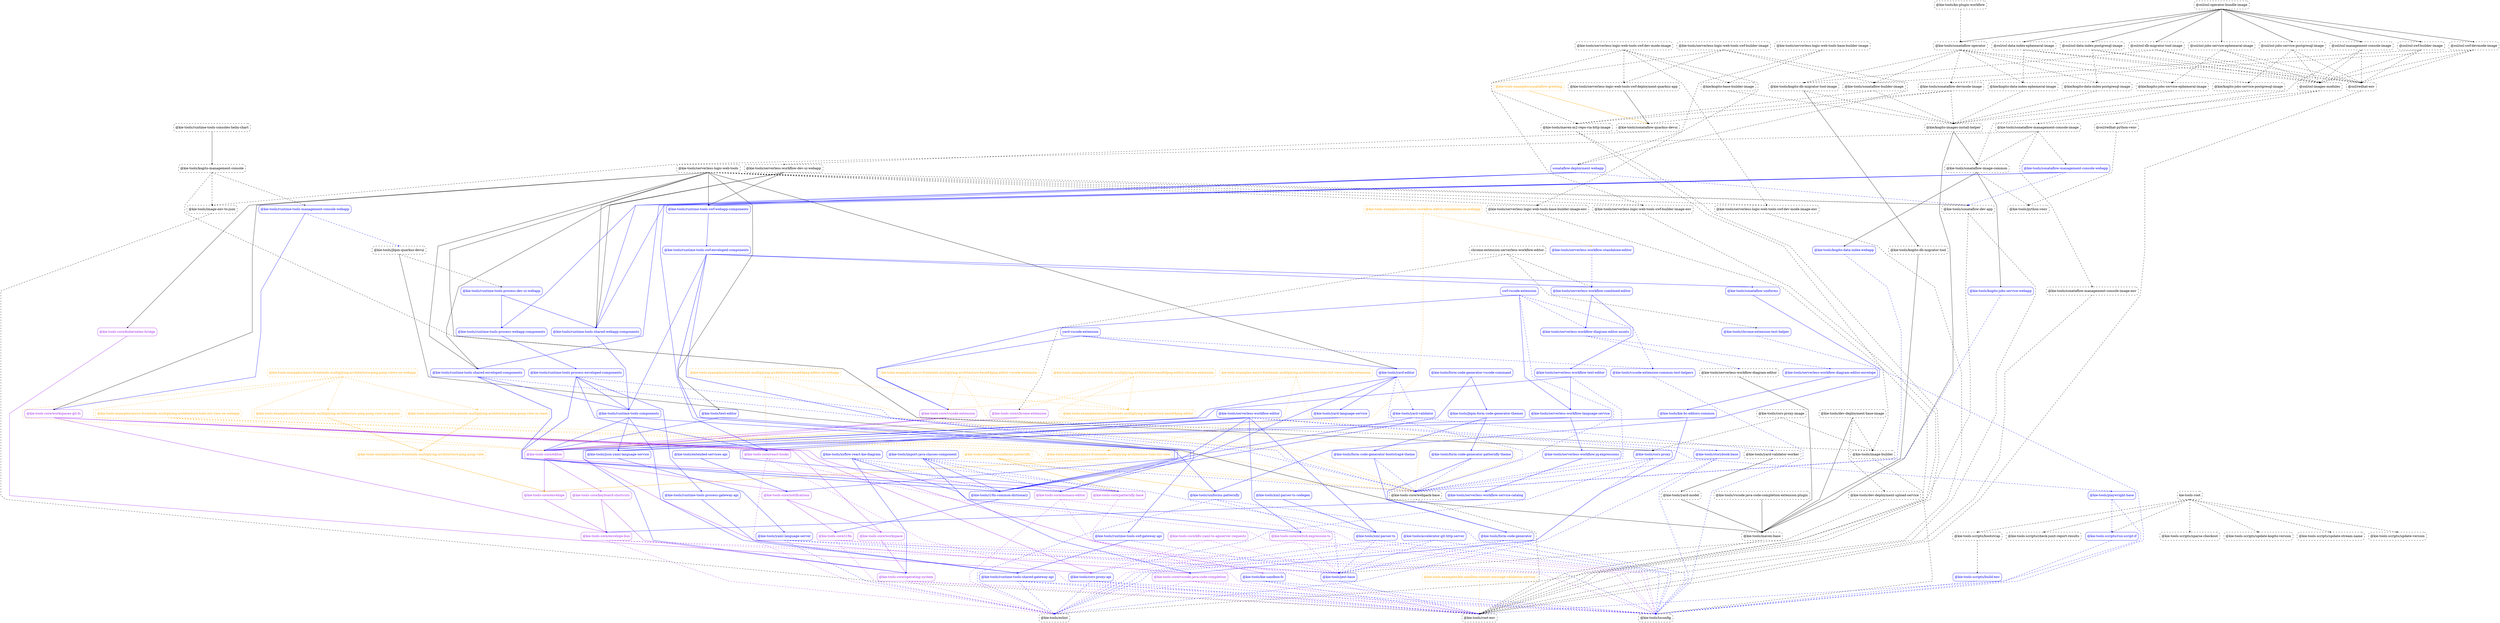
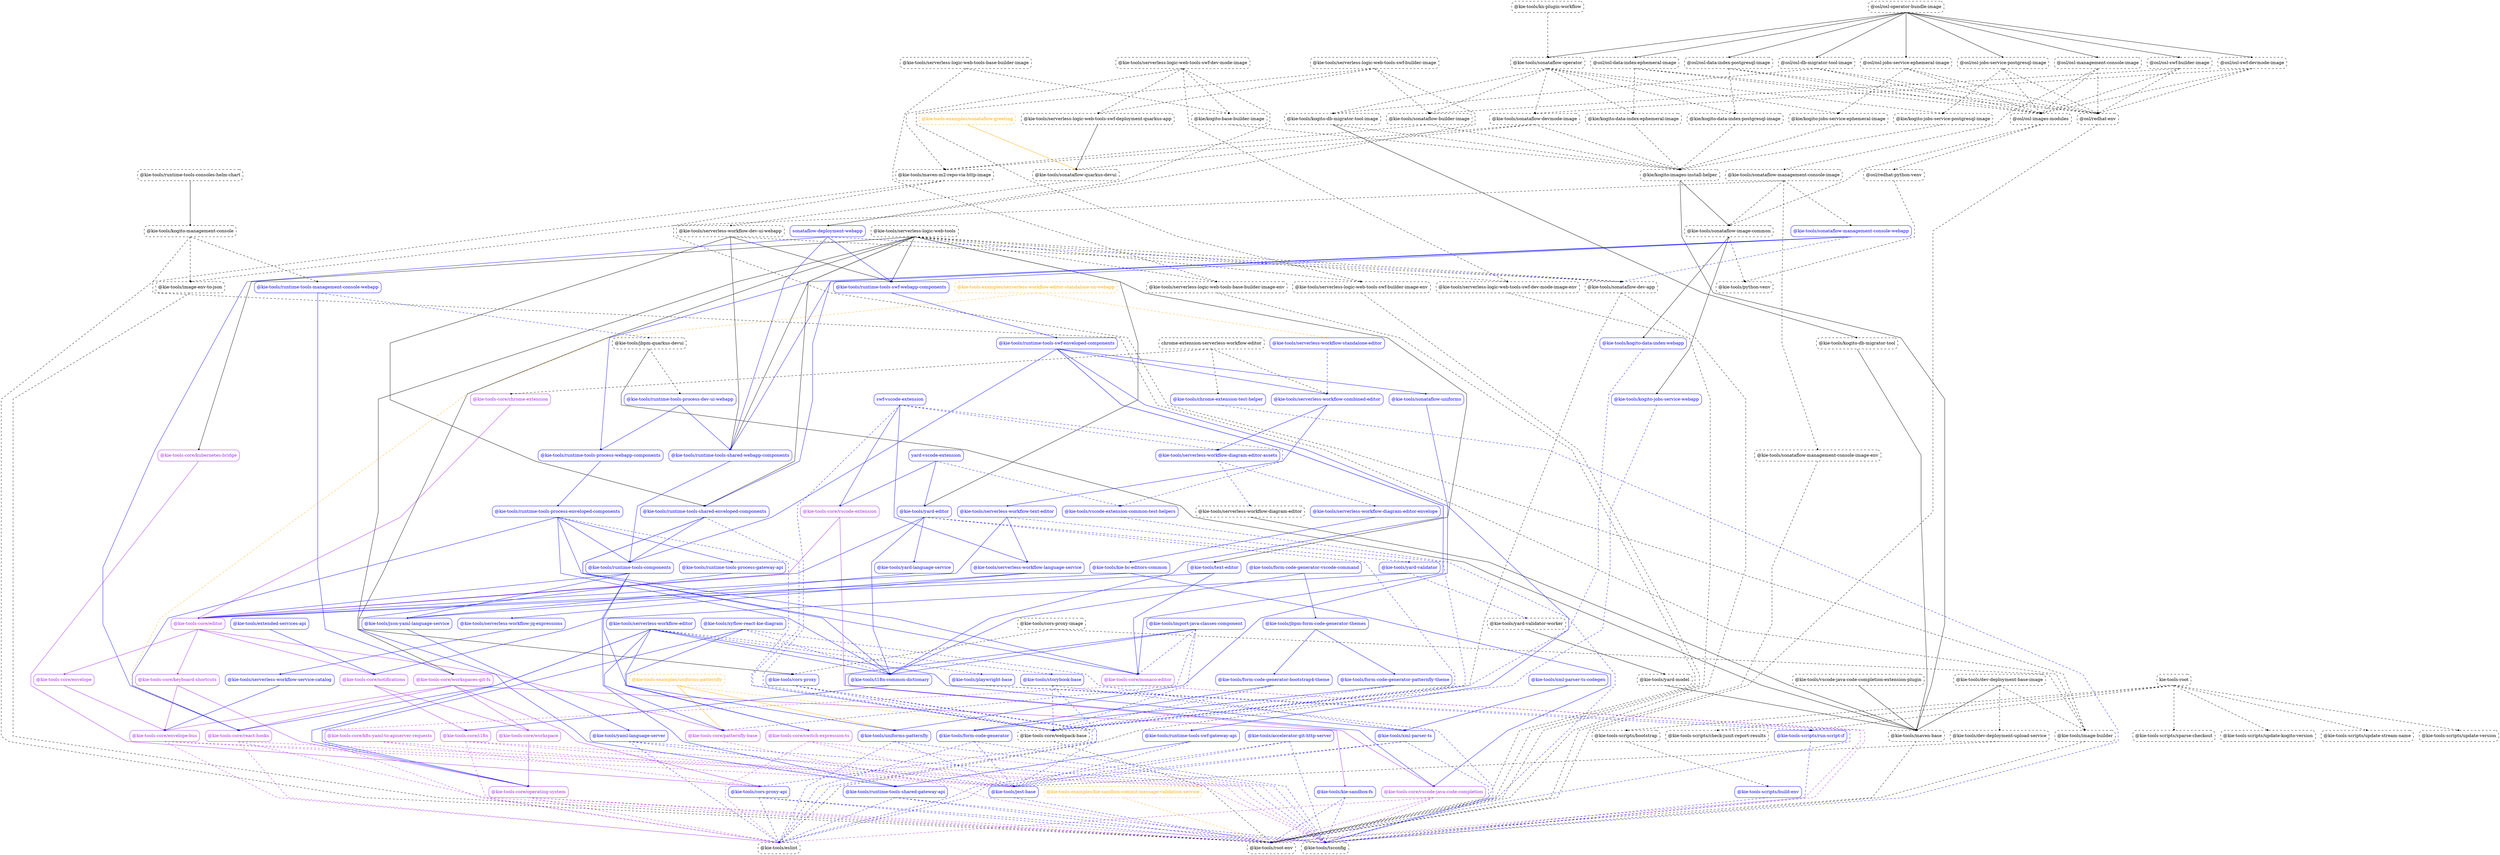
digraph G {
  graph [ ranksep =2, splines = "polyline", rankdir =TB, ordering = "out" ];
  node [ shape =box ];
  edge [ headport = "n", tailport = "s", arrowhead =dot, arrowsize =0.5 ];
  "kie-tools-root" [ color = "black", fontcolor = "black", style = "dashed, rounded" ];
  "@kie-tools-scripts/bootstrap" [ color = "black", fontcolor = "black", style = "dashed, rounded" ];
  "@kie-tools-scripts/check-junit-report-results" [ color = "black", fontcolor = "black", style = "dashed, rounded" ];
  "@kie-tools-scripts/run-script-if" [ color = "blue", fontcolor = "blue", style = "rounded" ];
  "@kie-tools-scripts/sparse-checkout" [ color = "black", fontcolor = "black", style = "dashed, rounded" ];
  "@kie-tools-scripts/update-kogito-version" [ color = "black", fontcolor = "black", style = "dashed, rounded" ];
  "@kie-tools-scripts/update-stream-name" [ color = "black", fontcolor = "black", style = "dashed, rounded" ];
  "@kie-tools-scripts/update-version" [ color = "black", fontcolor = "black", style = "dashed, rounded" ];
  "@kie-tools-examples/kie-sandbox-commit-message-validation-service" [ color = "orange", fontcolor = "orange", style = "dashed, rounded" ];
  "@kie-tools/root-env" [ color = "black", fontcolor = "black", style = "dashed, rounded" ];
-   "@kie-tools-examples/micro-frontends-multiplying-architecture-base64png-editor" [ color = "orange", fontcolor = "orange", style = "dashed, rounded" ];
-   "@kie-tools-core/editor" [ color = "purple", fontcolor = "purple", style = "rounded" ];
-   "@kie-tools-examples/micro-frontends-multiplying-architecture-base64png-editor-chrome-extension" [ color = "orange", fontcolor = "orange", style = "dashed, rounded" ];
-   "@kie-tools-core/chrome-extension" [ color = "purple", fontcolor = "purple", style = "rounded" ];
-   "@kie-tools-core/webpack-base" [ color = "black", fontcolor = "black", style = "dashed, rounded" ];
-   "@kie-tools-examples/micro-frontends-multiplying-architecture-base64png-editor-on-webapp" [ color = "orange", fontcolor = "orange", style = "dashed, rounded" ];
+   "@kie-tools-examples/serverless-workflow-editor-standalone-on-webapp" [ color = "orange", fontcolor = "orange", style = "dashed, rounded" ];
  "@kie-tools-core/react-hooks" [ color = "purple", fontcolor = "purple", style = "rounded" ];
-   "kie-tools-examples-micro-frontends-multiplying-architecture-base64png-editor-vscode-extension" [ color = "orange", fontcolor = "orange", style = "dashed, rounded" ];
-   "@kie-tools-core/vscode-extension" [ color = "purple", fontcolor = "purple", style = "rounded" ];
-   "@kie-tools-examples/micro-frontends-multiplying-architecture-ping-pong-view" [ color = "orange", fontcolor = "orange", style = "dashed, rounded" ];
-   "@kie-tools-core/envelope" [ color = "purple", fontcolor = "purple", style = "rounded" ];
-   "@kie-tools-examples/micro-frontends-multiplying-architecture-ping-pong-view-in-angular" [ color = "orange", fontcolor = "orange", style = "dashed, rounded" ];
-   "@kie-tools-examples/micro-frontends-multiplying-architecture-ping-pong-view-in-react" [ color = "orange", fontcolor = "orange", style = "dashed, rounded" ];
-   "@kie-tools-examples/micro-frontends-multiplying-architecture-ping-pong-views-on-webapp" [ color = "orange", fontcolor = "orange", style = "dashed, rounded" ];
-   "@kie-tools-examples/micro-frontends-multiplying-architecture-todo-list-view" [ color = "orange", fontcolor = "orange", style = "dashed, rounded" ];
-   "@kie-tools-examples/micro-frontends-multiplying-architecture-todo-list-view-on-webapp" [ color = "orange", fontcolor = "orange", style = "dashed, rounded" ];
-   "kie-tools-examples-micro-frontends-multiplying-architecture-todo-list-view-vscode-extension" [ color = "orange", fontcolor = "orange", style = "dashed, rounded" ];
-   "@kie-tools-examples/serverless-workflow-editor-standalone-on-webapp" [ color = "orange", fontcolor = "orange", style = "dashed, rounded" ];
  "@kie-tools/serverless-workflow-standalone-editor" [ color = "blue", fontcolor = "blue", style = "rounded" ];
  "@kie-tools-examples/sonataflow-greeting" [ color = "orange", fontcolor = "orange", style = "dashed, rounded" ];
  "@kie-tools/sonataflow-quarkus-devui" [ color = "black", fontcolor = "black", style = "dashed, rounded" ];
  "@kie-tools-examples/uniforms-patternfly" [ color = "orange", fontcolor = "orange", style = "dashed, rounded" ];
  "@kie-tools-core/patternfly-base" [ color = "purple", fontcolor = "purple", style = "rounded" ];
  "@kie-tools/uniforms-patternfly" [ color = "blue", fontcolor = "blue", style = "rounded" ];
+   "@kie-tools-core/webpack-base" [ color = "black", fontcolor = "black", style = "dashed, rounded" ];
  "@kie-tools/accelerator-git-http-server" [ color = "blue", fontcolor = "blue", style = "rounded" ];
  "@kie-tools/eslint" [ color = "black", fontcolor = "black", style = "dashed, rounded" ];
  "@kie-tools/jest-base" [ color = "blue", fontcolor = "blue", style = "rounded" ];
  "@kie-tools/tsconfig" [ color = "black", fontcolor = "black", style = "dashed, rounded" ];
+   "@kie-tools-core/chrome-extension" [ color = "purple", fontcolor = "purple", style = "rounded" ];
+   "@kie-tools-core/editor" [ color = "purple", fontcolor = "purple", style = "rounded" ];
  "chrome-extension-serverless-workflow-editor" [ color = "black", fontcolor = "black", style = "dashed, rounded" ];
  "@kie-tools/chrome-extension-test-helper" [ color = "blue", fontcolor = "blue", style = "rounded" ];
  "@kie-tools/serverless-workflow-combined-editor" [ color = "blue", fontcolor = "blue", style = "rounded" ];
  "@kie-tools/cors-proxy" [ color = "blue", fontcolor = "blue", style = "rounded" ];
  "@kie-tools/cors-proxy-api" [ color = "blue", fontcolor = "blue", style = "rounded" ];
  "@kie-tools/cors-proxy-image" [ color = "black", fontcolor = "black", style = "dashed, rounded" ];
  "@kie-tools/image-builder" [ color = "black", fontcolor = "black", style = "dashed, rounded" ];
  "@kie-tools/dev-deployment-base-image" [ color = "black", fontcolor = "black", style = "dashed, rounded" ];
  "@kie-tools/maven-base" [ color = "black", fontcolor = "black", style = "dashed, rounded" ];
  "@kie-tools/dev-deployment-upload-service" [ color = "black", fontcolor = "black", style = "dashed, rounded" ];
+   "@kie-tools-core/envelope" [ color = "purple", fontcolor = "purple", style = "rounded" ];
  "@kie-tools-core/keyboard-shortcuts" [ color = "purple", fontcolor = "purple", style = "rounded" ];
  "@kie-tools-core/notifications" [ color = "purple", fontcolor = "purple", style = "rounded" ];
  "@kie-tools-core/envelope-bus" [ color = "purple", fontcolor = "purple", style = "rounded" ];
  "@kie-tools/extended-services-api" [ color = "blue", fontcolor = "blue", style = "rounded" ];
  "@kie-tools/form-code-generator" [ color = "blue", fontcolor = "blue", style = "rounded" ];
  "@kie-tools/form-code-generator-bootstrap4-theme" [ color = "blue", fontcolor = "blue", style = "rounded" ];
  "@kie-tools/form-code-generator-patternfly-theme" [ color = "blue", fontcolor = "blue", style = "rounded" ];
  "@kie-tools/form-code-generator-vscode-command" [ color = "blue", fontcolor = "blue", style = "rounded" ];
  "@kie-tools/i18n-common-dictionary" [ color = "blue", fontcolor = "blue", style = "rounded" ];
  "@kie-tools/jbpm-form-code-generator-themes" [ color = "blue", fontcolor = "blue", style = "rounded" ];
  "@kie-tools-core/i18n" [ color = "purple", fontcolor = "purple", style = "rounded" ];
  "@kie-tools/image-env-to-json" [ color = "black", fontcolor = "black", style = "dashed, rounded" ];
  "@kie-tools/import-java-classes-component" [ color = "blue", fontcolor = "blue", style = "rounded" ];
  "@kie-tools-core/vscode-java-code-completion" [ color = "purple", fontcolor = "purple", style = "rounded" ];
  "@kie-tools-core/monaco-editor" [ color = "purple", fontcolor = "purple", style = "rounded" ];
  "@kie-tools/jbpm-quarkus-devui" [ color = "black", fontcolor = "black", style = "dashed, rounded" ];
  "@kie-tools/runtime-tools-process-dev-ui-webapp" [ color = "blue", fontcolor = "blue", style = "rounded" ];
  "@kie-tools/json-yaml-language-service" [ color = "blue", fontcolor = "blue", style = "rounded" ];
  "@kie-tools/yaml-language-server" [ color = "blue", fontcolor = "blue", style = "rounded" ];
  "@kie-tools-core/k8s-yaml-to-apiserver-requests" [ color = "purple", fontcolor = "purple", style = "rounded" ];
  "@kie-tools-core/operating-system" [ color = "purple", fontcolor = "purple", style = "rounded" ];
  "@kie-tools/kie-bc-editors-common" [ color = "blue", fontcolor = "blue", style = "rounded" ];
  "@kie-tools/kie-sandbox-fs" [ color = "blue", fontcolor = "blue", style = "rounded" ];
  "@kie-tools/kn-plugin-workflow" [ color = "black", fontcolor = "black", style = "dashed, rounded" ];
  "@kie-tools/sonataflow-operator" [ color = "black", fontcolor = "black", style = "dashed, rounded" ];
  "@kie/kogito-base-builder-image" [ color = "black", fontcolor = "black", style = "dashed, rounded" ];
  "@kie/kogito-images-install-helper" [ color = "black", fontcolor = "black", style = "dashed, rounded" ];
  "@kie/kogito-data-index-ephemeral-image" [ color = "black", fontcolor = "black", style = "dashed, rounded" ];
  "@kie/kogito-data-index-postgresql-image" [ color = "black", fontcolor = "black", style = "dashed, rounded" ];
  "@kie-tools/kogito-data-index-webapp" [ color = "blue", fontcolor = "blue", style = "rounded" ];
  "@kie-tools/kogito-db-migrator-tool" [ color = "black", fontcolor = "black", style = "dashed, rounded" ];
  "@kie-tools/kogito-db-migrator-tool-image" [ color = "black", fontcolor = "black", style = "dashed, rounded" ];
  "@kie-tools/sonataflow-image-common" [ color = "black", fontcolor = "black", style = "dashed, rounded" ];
  "@kie/kogito-jobs-service-ephemeral-image" [ color = "black", fontcolor = "black", style = "dashed, rounded" ];
  "@kie/kogito-jobs-service-postgresql-image" [ color = "black", fontcolor = "black", style = "dashed, rounded" ];
  "@kie-tools/kogito-jobs-service-webapp" [ color = "blue", fontcolor = "blue", style = "rounded" ];
  "@kie-tools/kogito-management-console" [ color = "black", fontcolor = "black", style = "dashed, rounded" ];
  "@kie-tools/runtime-tools-management-console-webapp" [ color = "blue", fontcolor = "blue", style = "rounded" ];
  "@kie-tools-core/kubernetes-bridge" [ color = "purple", fontcolor = "purple", style = "rounded" ];
  "@kie-tools/maven-m2-repo-via-http-image" [ color = "black", fontcolor = "black", style = "dashed, rounded" ];
  "@kie-tools-core/workspace" [ color = "purple", fontcolor = "purple", style = "rounded" ];
  "@osl/osl-data-index-ephemeral-image" [ color = "black", fontcolor = "black", style = "dashed, rounded" ];
  "@osl/osl-images-modules" [ color = "black", fontcolor = "black", style = "dashed, rounded" ];
  "@osl/redhat-env" [ color = "black", fontcolor = "black", style = "dashed, rounded" ];
  "@osl/osl-data-index-postgresql-image" [ color = "black", fontcolor = "black", style = "dashed, rounded" ];
  "@osl/osl-db-migrator-tool-image" [ color = "black", fontcolor = "black", style = "dashed, rounded" ];
  "@osl/redhat-python-venv" [ color = "black", fontcolor = "black", style = "dashed, rounded" ];
  "@osl/osl-jobs-service-ephemeral-image" [ color = "black", fontcolor = "black", style = "dashed, rounded" ];
  "@osl/osl-jobs-service-postgresql-image" [ color = "black", fontcolor = "black", style = "dashed, rounded" ];
  "@osl/osl-management-console-image" [ color = "black", fontcolor = "black", style = "dashed, rounded" ];
  "@kie-tools/sonataflow-management-console-image" [ color = "black", fontcolor = "black", style = "dashed, rounded" ];
  "@osl/osl-operator-bundle-image" [ color = "black", fontcolor = "black", style = "dashed, rounded" ];
  "@osl/osl-swf-builder-image" [ color = "black", fontcolor = "black", style = "dashed, rounded" ];
  "@osl/osl-swf-devmode-image" [ color = "black", fontcolor = "black", style = "dashed, rounded" ];
  "@kie-tools/sonataflow-builder-image" [ color = "black", fontcolor = "black", style = "dashed, rounded" ];
  "@kie-tools/sonataflow-devmode-image" [ color = "black", fontcolor = "black", style = "dashed, rounded" ];
  "@kie-tools/playwright-base" [ color = "blue", fontcolor = "blue", style = "rounded" ];
  "@kie-tools/python-venv" [ color = "black", fontcolor = "black", style = "dashed, rounded" ];
  "@kie-tools/runtime-tools-components" [ color = "blue", fontcolor = "blue", style = "rounded" ];
  "@kie-tools/runtime-tools-shared-gateway-api" [ color = "blue", fontcolor = "blue", style = "rounded" ];
  "@kie-tools/runtime-tools-consoles-helm-chart" [ color = "black", fontcolor = "black", style = "dashed, rounded" ];
  "@kie-tools-core/workspaces-git-fs" [ color = "purple", fontcolor = "purple", style = "rounded" ];
  "@kie-tools/runtime-tools-process-webapp-components" [ color = "blue", fontcolor = "blue", style = "rounded" ];
  "@kie-tools/runtime-tools-shared-webapp-components" [ color = "blue", fontcolor = "blue", style = "rounded" ];
  "@kie-tools/runtime-tools-process-enveloped-components" [ color = "blue", fontcolor = "blue", style = "rounded" ];
  "@kie-tools/runtime-tools-process-gateway-api" [ color = "blue", fontcolor = "blue", style = "rounded" ];
  "@kie-tools/runtime-tools-shared-enveloped-components" [ color = "blue", fontcolor = "blue", style = "rounded" ];
  "@kie-tools/runtime-tools-swf-enveloped-components" [ color = "blue", fontcolor = "blue", style = "rounded" ];
  "@kie-tools/runtime-tools-swf-gateway-api" [ color = "blue", fontcolor = "blue", style = "rounded" ];
  "@kie-tools/sonataflow-uniforms" [ color = "blue", fontcolor = "blue", style = "rounded" ];
  "@kie-tools/runtime-tools-swf-webapp-components" [ color = "blue", fontcolor = "blue", style = "rounded" ];
  "@kie-tools/serverless-logic-web-tools" [ color = "black", fontcolor = "black", style = "dashed, rounded" ];
  "@kie-tools/text-editor" [ color = "blue", fontcolor = "blue", style = "rounded" ];
  "@kie-tools/yard-editor" [ color = "blue", fontcolor = "blue", style = "rounded" ];
  "@kie-tools/serverless-logic-web-tools-base-builder-image-env" [ color = "black", fontcolor = "black", style = "dashed, rounded" ];
  "@kie-tools/serverless-logic-web-tools-swf-builder-image-env" [ color = "black", fontcolor = "black", style = "dashed, rounded" ];
  "@kie-tools/serverless-logic-web-tools-swf-dev-mode-image-env" [ color = "black", fontcolor = "black", style = "dashed, rounded" ];
  "@kie-tools/sonataflow-dev-app" [ color = "black", fontcolor = "black", style = "dashed, rounded" ];
  "@kie-tools/serverless-logic-web-tools-base-builder-image" [ color = "black", fontcolor = "black", style = "dashed, rounded" ];
  "@kie-tools/serverless-logic-web-tools-swf-builder-image" [ color = "black", fontcolor = "black", style = "dashed, rounded" ];
  "@kie-tools/serverless-logic-web-tools-swf-deployment-quarkus-app" [ color = "black", fontcolor = "black", style = "dashed, rounded" ];
  "sonataflow-deployment-webapp" [ color = "blue", fontcolor = "blue", style = "rounded" ];
  "@kie-tools/serverless-logic-web-tools-swf-dev-mode-image" [ color = "black", fontcolor = "black", style = "dashed, rounded" ];
  "@kie-tools/serverless-workflow-diagram-editor-assets" [ color = "blue", fontcolor = "blue", style = "rounded" ];
  "@kie-tools/serverless-workflow-text-editor" [ color = "blue", fontcolor = "blue", style = "rounded" ];
  "@kie-tools/serverless-workflow-dev-ui-webapp" [ color = "black", fontcolor = "black", style = "dashed, rounded" ];
  "@kie-tools/serverless-workflow-diagram-editor" [ color = "black", fontcolor = "black", style = "dashed, rounded" ];
  "@kie-tools/serverless-workflow-diagram-editor-envelope" [ color = "blue", fontcolor = "blue", style = "rounded" ];
  "@kie-tools/serverless-workflow-editor" [ color = "blue", fontcolor = "blue", style = "rounded" ];
  "@kie-tools-core/switch-expression-ts" [ color = "purple", fontcolor = "purple", style = "rounded" ];
  "@kie-tools/xml-parser-ts" [ color = "blue", fontcolor = "blue", style = "rounded" ];
  "@kie-tools/storybook-base" [ color = "blue", fontcolor = "blue", style = "rounded" ];
  "@kie-tools/serverless-workflow-jq-expressions" [ color = "blue", fontcolor = "blue", style = "rounded" ];
  "@kie-tools/serverless-workflow-service-catalog" [ color = "blue", fontcolor = "blue", style = "rounded" ];
  "@kie-tools/serverless-workflow-language-service" [ color = "blue", fontcolor = "blue", style = "rounded" ];
  "swf-vscode-extension" [ color = "blue", fontcolor = "blue", style = "rounded" ];
+   "@kie-tools-core/vscode-extension" [ color = "purple", fontcolor = "purple", style = "rounded" ];
  "@kie-tools/vscode-extension-common-test-helpers" [ color = "blue", fontcolor = "blue", style = "rounded" ];
  "@kie-tools/sonataflow-management-console-image-env" [ color = "black", fontcolor = "black", style = "dashed, rounded" ];
  "@kie-tools/sonataflow-management-console-webapp" [ color = "blue", fontcolor = "blue", style = "rounded" ];
  "@kie-tools/vscode-java-code-completion-extension-plugin" [ color = "black", fontcolor = "black", style = "dashed, rounded" ];
  "@kie-tools/xml-parser-ts-codegen" [ color = "blue", fontcolor = "blue", style = "rounded" ];
  "@kie-tools/xyflow-react-kie-diagram" [ color = "blue", fontcolor = "blue", style = "rounded" ];
  "@kie-tools/yard-language-service" [ color = "blue", fontcolor = "blue", style = "rounded" ];
  "@kie-tools/yard-validator" [ color = "blue", fontcolor = "blue", style = "rounded" ];
  "@kie-tools/yard-model" [ color = "black", fontcolor = "black", style = "dashed, rounded" ];
  "@kie-tools/yard-validator-worker" [ color = "black", fontcolor = "black", style = "dashed, rounded" ];
  "yard-vscode-extension" [ color = "blue", fontcolor = "blue", style = "rounded" ];
  "@kie-tools-scripts/build-env" [ color = "blue", fontcolor = "blue", style = "rounded" ];
  "kie-tools-root" -> "@kie-tools-scripts/bootstrap" [ style = "dashed", color = "black" ];
  "kie-tools-root" -> "@kie-tools-scripts/check-junit-report-results" [ style = "dashed", color = "black" ];
  "kie-tools-root" -> "@kie-tools-scripts/run-script-if" [ style = "dashed", color = "black" ];
  "kie-tools-root" -> "@kie-tools-scripts/sparse-checkout" [ style = "dashed", color = "black" ];
  "kie-tools-root" -> "@kie-tools-scripts/update-kogito-version" [ style = "dashed", color = "black" ];
  "kie-tools-root" -> "@kie-tools-scripts/update-stream-name" [ style = "dashed", color = "black" ];
  "kie-tools-root" -> "@kie-tools-scripts/update-version" [ style = "dashed", color = "black" ];
  "@kie-tools-examples/kie-sandbox-commit-message-validation-service" -> "@kie-tools/root-env" [ style = "dashed", color = "orange" ];
-   "@kie-tools-examples/micro-frontends-multiplying-architecture-base64png-editor" -> "@kie-tools-core/editor" [ style = "solid", color = "orange" ];
-   "@kie-tools-examples/micro-frontends-multiplying-architecture-base64png-editor-chrome-extension" -> "@kie-tools-core/chrome-extension" [ style = "dashed", color = "orange" ];
-   "@kie-tools-examples/micro-frontends-multiplying-architecture-base64png-editor-chrome-extension" -> "@kie-tools-core/webpack-base" [ style = "dashed", color = "orange" ];
-   "@kie-tools-examples/micro-frontends-multiplying-architecture-base64png-editor-chrome-extension" -> "@kie-tools-examples/micro-frontends-multiplying-architecture-base64png-editor" [ style = "dashed", color = "orange" ];
-   "@kie-tools-examples/micro-frontends-multiplying-architecture-base64png-editor-on-webapp" -> "@kie-tools-core/react-hooks" [ style = "dashed", color = "orange" ];
-   "@kie-tools-examples/micro-frontends-multiplying-architecture-base64png-editor-on-webapp" -> "@kie-tools-core/webpack-base" [ style = "dashed", color = "orange" ];
-   "@kie-tools-examples/micro-frontends-multiplying-architecture-base64png-editor-on-webapp" -> "@kie-tools-examples/micro-frontends-multiplying-architecture-base64png-editor" [ style = "dashed", color = "orange" ];
-   "kie-tools-examples-micro-frontends-multiplying-architecture-base64png-editor-vscode-extension" -> "@kie-tools-core/vscode-extension" [ style = "dashed", color = "orange" ];
-   "kie-tools-examples-micro-frontends-multiplying-architecture-base64png-editor-vscode-extension" -> "@kie-tools-core/webpack-base" [ style = "dashed", color = "orange" ];
-   "kie-tools-examples-micro-frontends-multiplying-architecture-base64png-editor-vscode-extension" -> "@kie-tools-examples/micro-frontends-multiplying-architecture-base64png-editor" [ style = "dashed", color = "orange" ];
-   "@kie-tools-examples/micro-frontends-multiplying-architecture-ping-pong-view" -> "@kie-tools-core/envelope" [ style = "solid", color = "orange" ];
-   "@kie-tools-examples/micro-frontends-multiplying-architecture-ping-pong-view-in-angular" -> "@kie-tools-examples/micro-frontends-multiplying-architecture-ping-pong-view" [ style = "solid", color = "orange" ];
-   "@kie-tools-examples/micro-frontends-multiplying-architecture-ping-pong-view-in-react" -> "@kie-tools-examples/micro-frontends-multiplying-architecture-ping-pong-view" [ style = "solid", color = "orange" ];
-   "@kie-tools-examples/micro-frontends-multiplying-architecture-ping-pong-views-on-webapp" -> "@kie-tools-core/editor" [ style = "dashed", color = "orange" ];
-   "@kie-tools-examples/micro-frontends-multiplying-architecture-ping-pong-views-on-webapp" -> "@kie-tools-core/react-hooks" [ style = "dashed", color = "orange" ];
-   "@kie-tools-examples/micro-frontends-multiplying-architecture-ping-pong-views-on-webapp" -> "@kie-tools-core/webpack-base" [ style = "dashed", color = "orange" ];
-   "@kie-tools-examples/micro-frontends-multiplying-architecture-ping-pong-views-on-webapp" -> "@kie-tools-examples/micro-frontends-multiplying-architecture-ping-pong-view-in-angular" [ style = "dashed", color = "orange" ];
-   "@kie-tools-examples/micro-frontends-multiplying-architecture-ping-pong-views-on-webapp" -> "@kie-tools-examples/micro-frontends-multiplying-architecture-ping-pong-view-in-react" [ style = "dashed", color = "orange" ];
-   "@kie-tools-examples/micro-frontends-multiplying-architecture-todo-list-view" -> "@kie-tools-core/envelope" [ style = "solid", color = "orange" ];
-   "@kie-tools-examples/micro-frontends-multiplying-architecture-todo-list-view-on-webapp" -> "@kie-tools-core/editor" [ style = "dashed", color = "orange" ];
-   "@kie-tools-examples/micro-frontends-multiplying-architecture-todo-list-view-on-webapp" -> "@kie-tools-core/react-hooks" [ style = "dashed", color = "orange" ];
-   "@kie-tools-examples/micro-frontends-multiplying-architecture-todo-list-view-on-webapp" -> "@kie-tools-core/webpack-base" [ style = "dashed", color = "orange" ];
-   "@kie-tools-examples/micro-frontends-multiplying-architecture-todo-list-view-on-webapp" -> "@kie-tools-examples/micro-frontends-multiplying-architecture-todo-list-view" [ style = "dashed", color = "orange" ];
-   "kie-tools-examples-micro-frontends-multiplying-architecture-todo-list-view-vscode-extension" -> "@kie-tools-core/vscode-extension" [ style = "dashed", color = "orange" ];
-   "kie-tools-examples-micro-frontends-multiplying-architecture-todo-list-view-vscode-extension" -> "@kie-tools-core/webpack-base" [ style = "dashed", color = "orange" ];
-   "kie-tools-examples-micro-frontends-multiplying-architecture-todo-list-view-vscode-extension" -> "@kie-tools-examples/micro-frontends-multiplying-architecture-todo-list-view" [ style = "dashed", color = "orange" ];
  "@kie-tools-examples/serverless-workflow-editor-standalone-on-webapp" -> "@kie-tools-core/react-hooks" [ style = "dashed", color = "orange" ];
  "@kie-tools-examples/serverless-workflow-editor-standalone-on-webapp" -> "@kie-tools/serverless-workflow-standalone-editor" [ style = "dashed", color = "orange" ];
  "@kie-tools-examples/sonataflow-greeting" -> "@kie-tools/sonataflow-quarkus-devui" [ style = "solid", color = "orange" ];
  "@kie-tools-examples/uniforms-patternfly" -> "@kie-tools-core/patternfly-base" [ style = "solid", color = "orange" ];
  "@kie-tools-examples/uniforms-patternfly" -> "@kie-tools/uniforms-patternfly" [ style = "solid", color = "orange" ];
  "@kie-tools-examples/uniforms-patternfly" -> "@kie-tools-core/webpack-base" [ style = "dashed", color = "orange" ];
  "@kie-tools/accelerator-git-http-server" -> "@kie-tools/eslint" [ style = "dashed", color = "blue" ];
  "@kie-tools/accelerator-git-http-server" -> "@kie-tools/jest-base" [ style = "dashed", color = "blue" ];
  "@kie-tools/accelerator-git-http-server" -> "@kie-tools/tsconfig" [ style = "dashed", color = "blue" ];
  "@kie-tools-core/chrome-extension" -> "@kie-tools-core/editor" [ style = "solid", color = "purple" ];
  "chrome-extension-serverless-workflow-editor" -> "@kie-tools-core/chrome-extension" [ style = "dashed", color = "black" ];
  "chrome-extension-serverless-workflow-editor" -> "@kie-tools/chrome-extension-test-helper" [ style = "dashed", color = "black" ];
  "chrome-extension-serverless-workflow-editor" -> "@kie-tools/serverless-workflow-combined-editor" [ style = "dashed", color = "black" ];
  "@kie-tools/chrome-extension-test-helper" -> "@kie-tools/tsconfig" [ style = "dashed", color = "blue" ];
  "@kie-tools/cors-proxy" -> "@kie-tools-core/webpack-base" [ style = "dashed", color = "blue" ];
  "@kie-tools/cors-proxy" -> "@kie-tools/cors-proxy-api" [ style = "dashed", color = "blue" ];
  "@kie-tools/cors-proxy" -> "@kie-tools/jest-base" [ style = "dashed", color = "blue" ];
  "@kie-tools/cors-proxy-api" -> "@kie-tools/eslint" [ style = "dashed", color = "blue" ];
  "@kie-tools/cors-proxy-api" -> "@kie-tools/root-env" [ style = "dashed", color = "blue" ];
  "@kie-tools/cors-proxy-api" -> "@kie-tools/tsconfig" [ style = "dashed", color = "blue" ];
  "@kie-tools/cors-proxy-image" -> "@kie-tools/cors-proxy" [ style = "dashed", color = "black" ];
  "@kie-tools/cors-proxy-image" -> "@kie-tools/image-builder" [ style = "dashed", color = "black" ];
  "@kie-tools/dev-deployment-base-image" -> "@kie-tools/maven-base" [ style = "solid", color = "black" ];
  "@kie-tools/dev-deployment-base-image" -> "@kie-tools/dev-deployment-upload-service" [ style = "dashed", color = "black" ];
  "@kie-tools/dev-deployment-base-image" -> "@kie-tools/image-builder" [ style = "dashed", color = "black" ];
  "@kie-tools/dev-deployment-upload-service" -> "@kie-tools/jest-base" [ style = "dashed", color = "black" ];
  "@kie-tools-core/editor" -> "@kie-tools-core/envelope" [ style = "solid", color = "purple" ];
  "@kie-tools-core/editor" -> "@kie-tools-core/keyboard-shortcuts" [ style = "solid", color = "purple" ];
  "@kie-tools-core/editor" -> "@kie-tools-core/notifications" [ style = "solid", color = "purple" ];
  "@kie-tools-core/editor" -> "@kie-tools-core/patternfly-base" [ style = "solid", color = "purple" ];
  "@kie-tools-core/envelope" -> "@kie-tools-core/envelope-bus" [ style = "solid", color = "purple" ];
  "@kie-tools-core/envelope-bus" -> "@kie-tools/eslint" [ style = "dashed", color = "purple" ];
  "@kie-tools-core/envelope-bus" -> "@kie-tools/jest-base" [ style = "dashed", color = "purple" ];
  "@kie-tools-core/envelope-bus" -> "@kie-tools/tsconfig" [ style = "dashed", color = "purple" ];
  "@kie-tools/extended-services-api" -> "@kie-tools-core/notifications" [ style = "solid", color = "blue" ];
  "@kie-tools/form-code-generator" -> "@kie-tools/eslint" [ style = "dashed", color = "blue" ];
  "@kie-tools/form-code-generator" -> "@kie-tools/jest-base" [ style = "dashed", color = "blue" ];
  "@kie-tools/form-code-generator" -> "@kie-tools/tsconfig" [ style = "dashed", color = "blue" ];
  "@kie-tools/form-code-generator-bootstrap4-theme" -> "@kie-tools/form-code-generator" [ style = "solid", color = "blue" ];
  "@kie-tools/form-code-generator-bootstrap4-theme" -> "@kie-tools-core/webpack-base" [ style = "dashed", color = "blue" ];
  "@kie-tools/form-code-generator-patternfly-theme" -> "@kie-tools/form-code-generator" [ style = "solid", color = "blue" ];
  "@kie-tools/form-code-generator-patternfly-theme" -> "@kie-tools-core/webpack-base" [ style = "dashed", color = "blue" ];
  "@kie-tools/form-code-generator-vscode-command" -> "@kie-tools/i18n-common-dictionary" [ style = "solid", color = "blue" ];
  "@kie-tools/form-code-generator-vscode-command" -> "@kie-tools/jbpm-form-code-generator-themes" [ style = "solid", color = "blue" ];
  "@kie-tools-core/i18n" -> "@kie-tools/eslint" [ style = "dashed", color = "purple" ];
  "@kie-tools-core/i18n" -> "@kie-tools/jest-base" [ style = "dashed", color = "purple" ];
  "@kie-tools-core/i18n" -> "@kie-tools/tsconfig" [ style = "dashed", color = "purple" ];
  "@kie-tools/i18n-common-dictionary" -> "@kie-tools-core/i18n" [ style = "solid", color = "blue" ];
  "@kie-tools/image-builder" -> "@kie-tools/tsconfig" [ style = "dashed", color = "black" ];
  "@kie-tools/image-env-to-json" -> "@kie-tools/root-env" [ style = "dashed", color = "black" ];
  "@kie-tools/import-java-classes-component" -> "@kie-tools-core/vscode-java-code-completion" [ style = "solid", color = "blue" ];
  "@kie-tools/import-java-classes-component" -> "@kie-tools/i18n-common-dictionary" [ style = "solid", color = "blue" ];
  "@kie-tools/import-java-classes-component" -> "@kie-tools-core/monaco-editor" [ style = "dashed", color = "blue" ];
  "@kie-tools/import-java-classes-component" -> "@kie-tools-core/patternfly-base" [ style = "dashed", color = "blue" ];
  "@kie-tools/import-java-classes-component" -> "@kie-tools-core/webpack-base" [ style = "dashed", color = "blue" ];
  "@kie-tools/jbpm-form-code-generator-themes" -> "@kie-tools/form-code-generator-bootstrap4-theme" [ style = "solid", color = "blue" ];
  "@kie-tools/jbpm-form-code-generator-themes" -> "@kie-tools/form-code-generator-patternfly-theme" [ style = "solid", color = "blue" ];
  "@kie-tools/jbpm-quarkus-devui" -> "@kie-tools/maven-base" [ style = "solid", color = "black" ];
  "@kie-tools/jbpm-quarkus-devui" -> "@kie-tools/runtime-tools-process-dev-ui-webapp" [ style = "dashed", color = "black" ];
  "@kie-tools/jest-base" -> "@kie-tools/root-env" [ style = "dashed", color = "blue" ];
  "@kie-tools/json-yaml-language-service" -> "@kie-tools/yaml-language-server" [ style = "solid", color = "blue" ];
  "@kie-tools-core/k8s-yaml-to-apiserver-requests" -> "@kie-tools/cors-proxy-api" [ style = "dashed", color = "purple" ];
  "@kie-tools-core/k8s-yaml-to-apiserver-requests" -> "@kie-tools/jest-base" [ style = "dashed", color = "purple" ];
  "@kie-tools-core/keyboard-shortcuts" -> "@kie-tools-core/envelope-bus" [ style = "solid", color = "purple" ];
  "@kie-tools-core/keyboard-shortcuts" -> "@kie-tools-core/operating-system" [ style = "solid", color = "purple" ];
  "@kie-tools/kie-bc-editors-common" -> "@kie-tools-core/editor" [ style = "solid", color = "blue" ];
  "@kie-tools/kie-bc-editors-common" -> "@kie-tools-core/vscode-java-code-completion" [ style = "solid", color = "blue" ];
  "@kie-tools/kie-sandbox-fs" -> "@kie-tools/root-env" [ style = "dashed", color = "blue" ];
  "@kie-tools/kie-sandbox-fs" -> "@kie-tools/tsconfig" [ style = "dashed", color = "blue" ];
  "@kie-tools/kn-plugin-workflow" -> "@kie-tools/sonataflow-operator" [ style = "dashed", color = "black" ];
  "@kie/kogito-base-builder-image" -> "@kie/kogito-images-install-helper" [ style = "dashed", color = "black" ];
  "@kie/kogito-data-index-ephemeral-image" -> "@kie/kogito-images-install-helper" [ style = "dashed", color = "black" ];
  "@kie/kogito-data-index-postgresql-image" -> "@kie/kogito-images-install-helper" [ style = "dashed", color = "black" ];
  "@kie-tools/kogito-data-index-webapp" -> "@kie-tools-core/webpack-base" [ style = "dashed", color = "blue" ];
  "@kie-tools/kogito-db-migrator-tool" -> "@kie-tools/maven-base" [ style = "solid", color = "black" ];
  "@kie-tools/kogito-db-migrator-tool-image" -> "@kie-tools/kogito-db-migrator-tool" [ style = "solid", color = "black" ];
  "@kie-tools/kogito-db-migrator-tool-image" -> "@kie/kogito-images-install-helper" [ style = "dashed", color = "black" ];
  "@kie/kogito-images-install-helper" -> "@kie-tools/maven-base" [ style = "solid", color = "black" ];
  "@kie/kogito-images-install-helper" -> "@kie-tools/sonataflow-image-common" [ style = "solid", color = "black" ];
  "@kie/kogito-jobs-service-ephemeral-image" -> "@kie/kogito-images-install-helper" [ style = "dashed", color = "black" ];
  "@kie/kogito-jobs-service-postgresql-image" -> "@kie/kogito-images-install-helper" [ style = "dashed", color = "black" ];
  "@kie-tools/kogito-jobs-service-webapp" -> "@kie-tools-core/webpack-base" [ style = "dashed", color = "blue" ];
  "@kie-tools/kogito-management-console" -> "@kie-tools/image-builder" [ style = "dashed", color = "black" ];
  "@kie-tools/kogito-management-console" -> "@kie-tools/image-env-to-json" [ style = "dashed", color = "black" ];
  "@kie-tools/kogito-management-console" -> "@kie-tools/runtime-tools-management-console-webapp" [ style = "dashed", color = "black" ];
  "@kie-tools-core/kubernetes-bridge" -> "@kie-tools/cors-proxy-api" [ style = "solid", color = "purple" ];
  "@kie-tools/maven-base" -> "@kie-tools/root-env" [ style = "dashed", color = "black" ];
  "@kie-tools/maven-m2-repo-via-http-image" -> "@kie-tools/image-builder" [ style = "dashed", color = "black" ];
  "@kie-tools/maven-m2-repo-via-http-image" -> "@kie-tools/root-env" [ style = "dashed", color = "black" ];
  "@kie-tools-core/monaco-editor" -> "@kie-tools/eslint" [ style = "dashed", color = "purple" ];
  "@kie-tools-core/monaco-editor" -> "@kie-tools/root-env" [ style = "dashed", color = "purple" ];
  "@kie-tools-core/monaco-editor" -> "@kie-tools/tsconfig" [ style = "dashed", color = "purple" ];
  "@kie-tools-core/notifications" -> "@kie-tools-core/i18n" [ style = "solid", color = "purple" ];
  "@kie-tools-core/notifications" -> "@kie-tools-core/workspace" [ style = "solid", color = "purple" ];
  "@kie-tools-core/operating-system" -> "@kie-tools/eslint" [ style = "dashed", color = "purple" ];
  "@kie-tools-core/operating-system" -> "@kie-tools/root-env" [ style = "dashed", color = "purple" ];
  "@kie-tools-core/operating-system" -> "@kie-tools/tsconfig" [ style = "dashed", color = "purple" ];
  "@osl/osl-data-index-ephemeral-image" -> "@kie/kogito-data-index-ephemeral-image" [ style = "dashed", color = "black" ];
  "@osl/osl-data-index-ephemeral-image" -> "@osl/osl-images-modules" [ style = "dashed", color = "black" ];
  "@osl/osl-data-index-ephemeral-image" -> "@osl/redhat-env" [ style = "dashed", color = "black" ];
  "@osl/osl-data-index-postgresql-image" -> "@kie/kogito-data-index-postgresql-image" [ style = "dashed", color = "black" ];
  "@osl/osl-data-index-postgresql-image" -> "@osl/osl-images-modules" [ style = "dashed", color = "black" ];
  "@osl/osl-data-index-postgresql-image" -> "@osl/redhat-env" [ style = "dashed", color = "black" ];
  "@osl/osl-db-migrator-tool-image" -> "@kie-tools/kogito-db-migrator-tool-image" [ style = "dashed", color = "black" ];
  "@osl/osl-db-migrator-tool-image" -> "@osl/osl-images-modules" [ style = "dashed", color = "black" ];
  "@osl/osl-db-migrator-tool-image" -> "@osl/redhat-env" [ style = "dashed", color = "black" ];
  "@osl/osl-images-modules" -> "@kie-tools/sonataflow-image-common" [ style = "dashed", color = "black" ];
  "@osl/osl-images-modules" -> "@osl/redhat-python-venv" [ style = "dashed", color = "black" ];
  "@osl/osl-jobs-service-ephemeral-image" -> "@kie/kogito-jobs-service-ephemeral-image" [ style = "dashed", color = "black" ];
  "@osl/osl-jobs-service-ephemeral-image" -> "@osl/osl-images-modules" [ style = "dashed", color = "black" ];
  "@osl/osl-jobs-service-ephemeral-image" -> "@osl/redhat-env" [ style = "dashed", color = "black" ];
  "@osl/osl-jobs-service-postgresql-image" -> "@kie/kogito-jobs-service-postgresql-image" [ style = "dashed", color = "black" ];
  "@osl/osl-jobs-service-postgresql-image" -> "@osl/osl-images-modules" [ style = "dashed", color = "black" ];
  "@osl/osl-jobs-service-postgresql-image" -> "@osl/redhat-env" [ style = "dashed", color = "black" ];
  "@osl/osl-management-console-image" -> "@kie-tools/sonataflow-management-console-image" [ style = "dashed", color = "black" ];
  "@osl/osl-management-console-image" -> "@osl/osl-images-modules" [ style = "dashed", color = "black" ];
  "@osl/osl-management-console-image" -> "@osl/redhat-env" [ style = "dashed", color = "black" ];
  "@osl/osl-operator-bundle-image" -> "@kie-tools/sonataflow-operator" [ style = "solid", color = "black" ];
  "@osl/osl-operator-bundle-image" -> "@osl/osl-data-index-ephemeral-image" [ style = "solid", color = "black" ];
  "@osl/osl-operator-bundle-image" -> "@osl/osl-data-index-postgresql-image" [ style = "solid", color = "black" ];
  "@osl/osl-operator-bundle-image" -> "@osl/osl-db-migrator-tool-image" [ style = "solid", color = "black" ];
  "@osl/osl-operator-bundle-image" -> "@osl/osl-jobs-service-ephemeral-image" [ style = "solid", color = "black" ];
  "@osl/osl-operator-bundle-image" -> "@osl/osl-jobs-service-postgresql-image" [ style = "solid", color = "black" ];
  "@osl/osl-operator-bundle-image" -> "@osl/osl-management-console-image" [ style = "solid", color = "black" ];
  "@osl/osl-operator-bundle-image" -> "@osl/osl-swf-builder-image" [ style = "solid", color = "black" ];
  "@osl/osl-operator-bundle-image" -> "@osl/osl-swf-devmode-image" [ style = "solid", color = "black" ];
  "@osl/osl-swf-builder-image" -> "@kie-tools/sonataflow-builder-image" [ style = "dashed", color = "black" ];
  "@osl/osl-swf-builder-image" -> "@osl/osl-images-modules" [ style = "dashed", color = "black" ];
  "@osl/osl-swf-builder-image" -> "@osl/redhat-env" [ style = "dashed", color = "black" ];
  "@osl/osl-swf-devmode-image" -> "@kie-tools/sonataflow-devmode-image" [ style = "dashed", color = "black" ];
  "@osl/osl-swf-devmode-image" -> "@osl/osl-images-modules" [ style = "dashed", color = "black" ];
  "@osl/osl-swf-devmode-image" -> "@osl/redhat-env" [ style = "dashed", color = "black" ];
  "@kie-tools-core/patternfly-base" -> "@kie-tools/root-env" [ style = "dashed", color = "purple" ];
  "@kie-tools/playwright-base" -> "@kie-tools-scripts/run-script-if" [ style = "dashed", color = "blue" ];
  "@kie-tools/playwright-base" -> "@kie-tools/root-env" [ style = "dashed", color = "blue" ];
  "@kie-tools-core/react-hooks" -> "@kie-tools/eslint" [ style = "dashed", color = "purple" ];
  "@kie-tools-core/react-hooks" -> "@kie-tools/root-env" [ style = "dashed", color = "purple" ];
  "@kie-tools-core/react-hooks" -> "@kie-tools/tsconfig" [ style = "dashed", color = "purple" ];
  "@osl/redhat-env" -> "@kie-tools/root-env" [ style = "dashed", color = "black" ];
  "@osl/redhat-python-venv" -> "@kie-tools/python-venv" [ style = "dashed", color = "black" ];
  "@kie-tools/runtime-tools-components" -> "@kie-tools-core/editor" [ style = "solid", color = "blue" ];
  "@kie-tools/runtime-tools-components" -> "@kie-tools/json-yaml-language-service" [ style = "solid", color = "blue" ];
  "@kie-tools/runtime-tools-components" -> "@kie-tools/runtime-tools-shared-gateway-api" [ style = "solid", color = "blue" ];
  "@kie-tools/runtime-tools-components" -> "@kie-tools/uniforms-patternfly" [ style = "solid", color = "blue" ];
  "@kie-tools/runtime-tools-consoles-helm-chart" -> "@kie-tools/kogito-management-console" [ style = "solid", color = "black" ];
  "@kie-tools/runtime-tools-management-console-webapp" -> "@kie-tools-core/workspaces-git-fs" [ style = "solid", color = "blue" ];
  "@kie-tools/runtime-tools-management-console-webapp" -> "@kie-tools/jbpm-quarkus-devui" [ style = "dashed", color = "blue" ];
  "@kie-tools/runtime-tools-process-dev-ui-webapp" -> "@kie-tools/runtime-tools-process-webapp-components" [ style = "solid", color = "blue" ];
  "@kie-tools/runtime-tools-process-dev-ui-webapp" -> "@kie-tools/runtime-tools-shared-webapp-components" [ style = "solid", color = "blue" ];
  "@kie-tools/runtime-tools-process-enveloped-components" -> "@kie-tools-core/monaco-editor" [ style = "solid", color = "blue" ];
  "@kie-tools/runtime-tools-process-enveloped-components" -> "@kie-tools-core/react-hooks" [ style = "solid", color = "blue" ];
  "@kie-tools/runtime-tools-process-enveloped-components" -> "@kie-tools/i18n-common-dictionary" [ style = "solid", color = "blue" ];
  "@kie-tools/runtime-tools-process-enveloped-components" -> "@kie-tools/runtime-tools-components" [ style = "solid", color = "blue" ];
  "@kie-tools/runtime-tools-process-enveloped-components" -> "@kie-tools/runtime-tools-process-gateway-api" [ style = "solid", color = "blue" ];
  "@kie-tools/runtime-tools-process-enveloped-components" -> "@kie-tools-core/webpack-base" [ style = "dashed", color = "blue" ];
  "@kie-tools/runtime-tools-process-gateway-api" -> "@kie-tools/runtime-tools-shared-gateway-api" [ style = "solid", color = "blue" ];
  "@kie-tools/runtime-tools-process-webapp-components" -> "@kie-tools/runtime-tools-process-enveloped-components" [ style = "solid", color = "blue" ];
  "@kie-tools/runtime-tools-shared-enveloped-components" -> "@kie-tools-core/monaco-editor" [ style = "solid", color = "blue" ];
  "@kie-tools/runtime-tools-shared-enveloped-components" -> "@kie-tools/i18n-common-dictionary" [ style = "solid", color = "blue" ];
  "@kie-tools/runtime-tools-shared-enveloped-components" -> "@kie-tools/runtime-tools-components" [ style = "solid", color = "blue" ];
  "@kie-tools/runtime-tools-shared-enveloped-components" -> "@kie-tools-core/webpack-base" [ style = "dashed", color = "blue" ];
  "@kie-tools/runtime-tools-shared-gateway-api" -> "@kie-tools/eslint" [ style = "dashed", color = "blue" ];
  "@kie-tools/runtime-tools-shared-gateway-api" -> "@kie-tools/root-env" [ style = "dashed", color = "blue" ];
  "@kie-tools/runtime-tools-shared-gateway-api" -> "@kie-tools/tsconfig" [ style = "dashed", color = "blue" ];
  "@kie-tools/runtime-tools-shared-webapp-components" -> "@kie-tools/runtime-tools-components" [ style = "solid", color = "blue" ];
  "@kie-tools/runtime-tools-swf-enveloped-components" -> "@kie-tools-core/monaco-editor" [ style = "solid", color = "blue" ];
  "@kie-tools/runtime-tools-swf-enveloped-components" -> "@kie-tools/i18n-common-dictionary" [ style = "solid", color = "blue" ];
  "@kie-tools/runtime-tools-swf-enveloped-components" -> "@kie-tools/runtime-tools-components" [ style = "solid", color = "blue" ];
  "@kie-tools/runtime-tools-swf-enveloped-components" -> "@kie-tools/runtime-tools-swf-gateway-api" [ style = "solid", color = "blue" ];
  "@kie-tools/runtime-tools-swf-enveloped-components" -> "@kie-tools/serverless-workflow-combined-editor" [ style = "solid", color = "blue" ];
  "@kie-tools/runtime-tools-swf-enveloped-components" -> "@kie-tools/sonataflow-uniforms" [ style = "solid", color = "blue" ];
  "@kie-tools/runtime-tools-swf-gateway-api" -> "@kie-tools/runtime-tools-shared-gateway-api" [ style = "solid", color = "blue" ];
  "@kie-tools/runtime-tools-swf-gateway-api" -> "@kie-tools/jest-base" [ style = "dashed", color = "blue" ];
  "@kie-tools/runtime-tools-swf-webapp-components" -> "@kie-tools/runtime-tools-swf-enveloped-components" [ style = "solid", color = "blue" ];
  "@kie-tools/serverless-logic-web-tools" -> "@kie-tools-core/kubernetes-bridge" [ style = "solid", color = "black" ];
  "@kie-tools/serverless-logic-web-tools" -> "@kie-tools-core/workspaces-git-fs" [ style = "solid", color = "black" ];
  "@kie-tools/serverless-logic-web-tools" -> "@kie-tools/cors-proxy" [ style = "solid", color = "black" ];
  "@kie-tools/serverless-logic-web-tools" -> "@kie-tools/runtime-tools-shared-enveloped-components" [ style = "solid", color = "black" ];
  "@kie-tools/serverless-logic-web-tools" -> "@kie-tools/runtime-tools-shared-webapp-components" [ style = "solid", color = "black" ];
  "@kie-tools/serverless-logic-web-tools" -> "@kie-tools/runtime-tools-swf-webapp-components" [ style = "solid", color = "black" ];
  "@kie-tools/serverless-logic-web-tools" -> "@kie-tools/text-editor" [ style = "solid", color = "black" ];
  "@kie-tools/serverless-logic-web-tools" -> "@kie-tools/yard-editor" [ style = "solid", color = "black" ];
  "@kie-tools/serverless-logic-web-tools" -> "@kie-tools/serverless-logic-web-tools-base-builder-image-env" [ style = "dashed", color = "black" ];
  "@kie-tools/serverless-logic-web-tools" -> "@kie-tools/serverless-logic-web-tools-swf-builder-image-env" [ style = "dashed", color = "black" ];
  "@kie-tools/serverless-logic-web-tools" -> "@kie-tools/serverless-logic-web-tools-swf-dev-mode-image-env" [ style = "dashed", color = "black" ];
  "@kie-tools/serverless-logic-web-tools" -> "@kie-tools/sonataflow-dev-app" [ style = "dashed", color = "black" ];
  "@kie-tools/serverless-logic-web-tools-base-builder-image" -> "@kie-tools/serverless-logic-web-tools-base-builder-image-env" [ style = "dashed", color = "black" ];
  "@kie-tools/serverless-logic-web-tools-base-builder-image" -> "@kie/kogito-base-builder-image" [ style = "dashed", color = "black" ];
  "@kie-tools/serverless-logic-web-tools-base-builder-image-env" -> "@kie-tools/root-env" [ style = "dashed", color = "black" ];
  "@kie-tools/serverless-logic-web-tools-swf-builder-image" -> "@kie-tools/serverless-logic-web-tools-swf-builder-image-env" [ style = "dashed", color = "black" ];
  "@kie-tools/serverless-logic-web-tools-swf-builder-image" -> "@kie-tools/serverless-logic-web-tools-swf-deployment-quarkus-app" [ style = "dashed", color = "black" ];
  "@kie-tools/serverless-logic-web-tools-swf-builder-image" -> "@kie-tools/sonataflow-builder-image" [ style = "dashed", color = "black" ];
  "@kie-tools/serverless-logic-web-tools-swf-builder-image" -> "sonataflow-deployment-webapp" [ style = "dashed", color = "black" ];
  "@kie-tools/serverless-logic-web-tools-swf-builder-image-env" -> "@kie-tools/root-env" [ style = "dashed", color = "black" ];
  "@kie-tools/serverless-logic-web-tools-swf-deployment-quarkus-app" -> "@kie-tools/sonataflow-quarkus-devui" [ style = "solid", color = "black" ];
  "@kie-tools/serverless-logic-web-tools-swf-dev-mode-image" -> "@kie-tools/maven-m2-repo-via-http-image" [ style = "dashed", color = "black" ];
  "@kie-tools/serverless-logic-web-tools-swf-dev-mode-image" -> "@kie-tools/serverless-logic-web-tools-swf-deployment-quarkus-app" [ style = "dashed", color = "black" ];
  "@kie-tools/serverless-logic-web-tools-swf-dev-mode-image" -> "@kie-tools/serverless-logic-web-tools-swf-dev-mode-image-env" [ style = "dashed", color = "black" ];
  "@kie-tools/serverless-logic-web-tools-swf-dev-mode-image" -> "@kie/kogito-base-builder-image" [ style = "dashed", color = "black" ];
  "@kie-tools/serverless-logic-web-tools-swf-dev-mode-image" -> "sonataflow-deployment-webapp" [ style = "dashed", color = "black" ];
  "@kie-tools/serverless-logic-web-tools-swf-dev-mode-image-env" -> "@kie-tools/root-env" [ style = "dashed", color = "black" ];
  "@kie-tools/serverless-workflow-combined-editor" -> "@kie-tools/serverless-workflow-diagram-editor-assets" [ style = "solid", color = "blue" ];
  "@kie-tools/serverless-workflow-combined-editor" -> "@kie-tools/serverless-workflow-text-editor" [ style = "solid", color = "blue" ];
  "@kie-tools/serverless-workflow-dev-ui-webapp" -> "@kie-tools/runtime-tools-shared-enveloped-components" [ style = "solid", color = "black" ];
  "@kie-tools/serverless-workflow-dev-ui-webapp" -> "@kie-tools/runtime-tools-shared-webapp-components" [ style = "solid", color = "black" ];
  "@kie-tools/serverless-workflow-dev-ui-webapp" -> "@kie-tools/runtime-tools-swf-webapp-components" [ style = "solid", color = "black" ];
  "@kie-tools/serverless-workflow-dev-ui-webapp" -> "@kie-tools/sonataflow-dev-app" [ style = "dashed", color = "black" ];
  "@kie-tools/serverless-workflow-diagram-editor" -> "@kie-tools/maven-base" [ style = "solid", color = "black" ];
  "@kie-tools/serverless-workflow-diagram-editor-assets" -> "@kie-tools/serverless-workflow-diagram-editor" [ style = "dashed", color = "blue" ];
  "@kie-tools/serverless-workflow-diagram-editor-assets" -> "@kie-tools/serverless-workflow-diagram-editor-envelope" [ style = "dashed", color = "blue" ];
  "@kie-tools/serverless-workflow-diagram-editor-envelope" -> "@kie-tools/kie-bc-editors-common" [ style = "solid", color = "blue" ];
  "@kie-tools/serverless-workflow-editor" -> "@kie-tools-core/operating-system" [ style = "solid", color = "blue" ];
  "@kie-tools/serverless-workflow-editor" -> "@kie-tools-core/patternfly-base" [ style = "solid", color = "blue" ];
  "@kie-tools/serverless-workflow-editor" -> "@kie-tools-core/react-hooks" [ style = "solid", color = "blue" ];
  "@kie-tools/serverless-workflow-editor" -> "@kie-tools-core/switch-expression-ts" [ style = "solid", color = "blue" ];
  "@kie-tools/serverless-workflow-editor" -> "@kie-tools/i18n-common-dictionary" [ style = "solid", color = "blue" ];
  "@kie-tools/serverless-workflow-editor" -> "@kie-tools/xml-parser-ts" [ style = "solid", color = "blue" ];
  "@kie-tools/serverless-workflow-editor" -> "@kie-tools/playwright-base" [ style = "dashed", color = "blue" ];
  "@kie-tools/serverless-workflow-editor" -> "@kie-tools/storybook-base" [ style = "dashed", color = "blue" ];
  "@kie-tools/serverless-workflow-jq-expressions" -> "@kie-tools/serverless-workflow-service-catalog" [ style = "solid", color = "blue" ];
  "@kie-tools/serverless-workflow-language-service" -> "@kie-tools/json-yaml-language-service" [ style = "solid", color = "blue" ];
  "@kie-tools/serverless-workflow-language-service" -> "@kie-tools/serverless-workflow-jq-expressions" [ style = "solid", color = "blue" ];
  "@kie-tools/serverless-workflow-service-catalog" -> "@kie-tools-core/envelope-bus" [ style = "solid", color = "blue" ];
  "@kie-tools/serverless-workflow-standalone-editor" -> "@kie-tools/serverless-workflow-combined-editor" [ style = "dashed", color = "blue" ];
  "@kie-tools/serverless-workflow-text-editor" -> "@kie-tools-core/editor" [ style = "solid", color = "blue" ];
  "@kie-tools/serverless-workflow-text-editor" -> "@kie-tools/serverless-workflow-language-service" [ style = "solid", color = "blue" ];
  "@kie-tools/serverless-workflow-text-editor" -> "@kie-tools-core/webpack-base" [ style = "dashed", color = "blue" ];
  "swf-vscode-extension" -> "@kie-tools-core/vscode-extension" [ style = "solid", color = "blue" ];
  "swf-vscode-extension" -> "@kie-tools/serverless-workflow-language-service" [ style = "solid", color = "blue" ];
  "swf-vscode-extension" -> "@kie-tools-core/webpack-base" [ style = "dashed", color = "blue" ];
  "swf-vscode-extension" -> "@kie-tools/serverless-workflow-diagram-editor-assets" [ style = "dashed", color = "blue" ];
  "swf-vscode-extension" -> "@kie-tools/vscode-extension-common-test-helpers" [ style = "dashed", color = "blue" ];
  "@kie-tools/sonataflow-builder-image" -> "@kie-tools/maven-m2-repo-via-http-image" [ style = "dashed", color = "black" ];
  "@kie-tools/sonataflow-builder-image" -> "@kie/kogito-images-install-helper" [ style = "dashed", color = "black" ];
  "sonataflow-deployment-webapp" -> "@kie-tools-core/react-hooks" [ style = "solid", color = "blue" ];
  "sonataflow-deployment-webapp" -> "@kie-tools/runtime-tools-shared-webapp-components" [ style = "solid", color = "blue" ];
  "sonataflow-deployment-webapp" -> "@kie-tools/runtime-tools-swf-webapp-components" [ style = "solid", color = "blue" ];
  "sonataflow-deployment-webapp" -> "@kie-tools/sonataflow-dev-app" [ style = "dashed", color = "blue" ];
  "@kie-tools/sonataflow-dev-app" -> "@kie-tools/eslint" [ style = "dashed", color = "black" ];
  "@kie-tools/sonataflow-dev-app" -> "@kie-tools/root-env" [ style = "dashed", color = "black" ];
  "@kie-tools/sonataflow-devmode-image" -> "@kie-tools/maven-m2-repo-via-http-image" [ style = "dashed", color = "black" ];
  "@kie-tools/sonataflow-devmode-image" -> "@kie-tools/sonataflow-quarkus-devui" [ style = "dashed", color = "black" ];
  "@kie-tools/sonataflow-devmode-image" -> "@kie/kogito-images-install-helper" [ style = "dashed", color = "black" ];
  "@kie-tools/sonataflow-image-common" -> "@kie-tools/kogito-data-index-webapp" [ style = "solid", color = "black" ];
  "@kie-tools/sonataflow-image-common" -> "@kie-tools/kogito-jobs-service-webapp" [ style = "solid", color = "black" ];
  "@kie-tools/sonataflow-image-common" -> "@kie-tools/python-venv" [ style = "dashed", color = "black" ];
  "@kie-tools/sonataflow-management-console-image" -> "@kie-tools/image-env-to-json" [ style = "dashed", color = "black" ];
  "@kie-tools/sonataflow-management-console-image" -> "@kie-tools/sonataflow-image-common" [ style = "dashed", color = "black" ];
  "@kie-tools/sonataflow-management-console-image" -> "@kie-tools/sonataflow-management-console-image-env" [ style = "dashed", color = "black" ];
  "@kie-tools/sonataflow-management-console-image" -> "@kie-tools/sonataflow-management-console-webapp" [ style = "dashed", color = "black" ];
  "@kie-tools/sonataflow-management-console-image-env" -> "@kie-tools/root-env" [ style = "dashed", color = "black" ];
  "@kie-tools/sonataflow-management-console-webapp" -> "@kie-tools/runtime-tools-process-webapp-components" [ style = "solid", color = "blue" ];
  "@kie-tools/sonataflow-management-console-webapp" -> "@kie-tools/runtime-tools-shared-enveloped-components" [ style = "solid", color = "blue" ];
  "@kie-tools/sonataflow-management-console-webapp" -> "@kie-tools/runtime-tools-shared-webapp-components" [ style = "solid", color = "blue" ];
  "@kie-tools/sonataflow-management-console-webapp" -> "@kie-tools/runtime-tools-swf-webapp-components" [ style = "solid", color = "blue" ];
  "@kie-tools/sonataflow-management-console-webapp" -> "@kie-tools/sonataflow-dev-app" [ style = "dashed", color = "blue" ];
  "@kie-tools/sonataflow-operator" -> "@kie-tools/kogito-db-migrator-tool-image" [ style = "dashed", color = "black" ];
  "@kie-tools/sonataflow-operator" -> "@kie-tools/sonataflow-builder-image" [ style = "dashed", color = "black" ];
  "@kie-tools/sonataflow-operator" -> "@kie-tools/sonataflow-devmode-image" [ style = "dashed", color = "black" ];
  "@kie-tools/sonataflow-operator" -> "@kie/kogito-data-index-ephemeral-image" [ style = "dashed", color = "black" ];
  "@kie-tools/sonataflow-operator" -> "@kie/kogito-data-index-postgresql-image" [ style = "dashed", color = "black" ];
  "@kie-tools/sonataflow-operator" -> "@kie/kogito-jobs-service-ephemeral-image" [ style = "dashed", color = "black" ];
  "@kie-tools/sonataflow-operator" -> "@kie/kogito-jobs-service-postgresql-image" [ style = "dashed", color = "black" ];
  "@kie-tools/sonataflow-quarkus-devui" -> "@kie-tools/serverless-workflow-dev-ui-webapp" [ style = "dashed", color = "black" ];
  "@kie-tools/sonataflow-uniforms" -> "@kie-tools/uniforms-patternfly" [ style = "solid", color = "blue" ];
  "@kie-tools/storybook-base" -> "@kie-tools-core/webpack-base" [ style = "dashed", color = "blue" ];
  "@kie-tools/storybook-base" -> "@kie-tools/eslint" [ style = "dashed", color = "blue" ];
  "@kie-tools/storybook-base" -> "@kie-tools/tsconfig" [ style = "dashed", color = "blue" ];
  "@kie-tools-core/switch-expression-ts" -> "@kie-tools/eslint" [ style = "dashed", color = "purple" ];
  "@kie-tools-core/switch-expression-ts" -> "@kie-tools/jest-base" [ style = "dashed", color = "purple" ];
  "@kie-tools-core/switch-expression-ts" -> "@kie-tools/tsconfig" [ style = "dashed", color = "purple" ];
  "@kie-tools/text-editor" -> "@kie-tools-core/editor" [ style = "solid", color = "blue" ];
  "@kie-tools/text-editor" -> "@kie-tools-core/monaco-editor" [ style = "solid", color = "blue" ];
  "@kie-tools/uniforms-patternfly" -> "@kie-tools/eslint" [ style = "dashed", color = "blue" ];
  "@kie-tools/uniforms-patternfly" -> "@kie-tools/jest-base" [ style = "dashed", color = "blue" ];
  "@kie-tools/uniforms-patternfly" -> "@kie-tools/tsconfig" [ style = "dashed", color = "blue" ];
  "@kie-tools-core/vscode-extension" -> "@kie-tools-core/editor" [ style = "solid", color = "purple" ];
  "@kie-tools-core/vscode-extension" -> "@kie-tools-core/vscode-java-code-completion" [ style = "solid", color = "purple" ];
  "@kie-tools/vscode-extension-common-test-helpers" -> "@kie-tools/tsconfig" [ style = "dashed", color = "blue" ];
  "@kie-tools-core/vscode-java-code-completion" -> "@kie-tools/eslint" [ style = "dashed", color = "purple" ];
  "@kie-tools-core/vscode-java-code-completion" -> "@kie-tools/root-env" [ style = "dashed", color = "purple" ];
  "@kie-tools-core/vscode-java-code-completion" -> "@kie-tools/tsconfig" [ style = "dashed", color = "purple" ];
  "@kie-tools/vscode-java-code-completion-extension-plugin" -> "@kie-tools/maven-base" [ style = "solid", color = "black" ];
  "@kie-tools-core/webpack-base" -> "@kie-tools/root-env" [ style = "dashed", color = "black" ];
  "@kie-tools-core/workspace" -> "@kie-tools-core/operating-system" [ style = "solid", color = "purple" ];
  "@kie-tools-core/workspaces-git-fs" -> "@kie-tools-core/envelope-bus" [ style = "solid", color = "purple" ];
  "@kie-tools-core/workspaces-git-fs" -> "@kie-tools-core/react-hooks" [ style = "solid", color = "purple" ];
  "@kie-tools-core/workspaces-git-fs" -> "@kie-tools-core/workspace" [ style = "solid", color = "purple" ];
  "@kie-tools-core/workspaces-git-fs" -> "@kie-tools/cors-proxy-api" [ style = "solid", color = "purple" ];
  "@kie-tools-core/workspaces-git-fs" -> "@kie-tools/kie-sandbox-fs" [ style = "solid", color = "purple" ];
  "@kie-tools/xml-parser-ts" -> "@kie-tools/eslint" [ style = "dashed", color = "blue" ];
  "@kie-tools/xml-parser-ts" -> "@kie-tools/jest-base" [ style = "dashed", color = "blue" ];
  "@kie-tools/xml-parser-ts" -> "@kie-tools/tsconfig" [ style = "dashed", color = "blue" ];
  "@kie-tools/xml-parser-ts-codegen" -> "@kie-tools/xml-parser-ts" [ style = "solid", color = "blue" ];
  "@kie-tools/xyflow-react-kie-diagram" -> "@kie-tools-core/operating-system" [ style = "solid", color = "blue" ];
  "@kie-tools/xyflow-react-kie-diagram" -> "@kie-tools-core/switch-expression-ts" [ style = "solid", color = "blue" ];
  "@kie-tools/xyflow-react-kie-diagram" -> "@kie-tools/i18n-common-dictionary" [ style = "dashed", color = "blue" ];
  "@kie-tools/xyflow-react-kie-diagram" -> "@kie-tools/xml-parser-ts" [ style = "dashed", color = "blue" ];
  "@kie-tools/yaml-language-server" -> "@kie-tools/eslint" [ style = "dashed", color = "blue" ];
  "@kie-tools/yaml-language-server" -> "@kie-tools/jest-base" [ style = "dashed", color = "blue" ];
  "@kie-tools/yaml-language-server" -> "@kie-tools/tsconfig" [ style = "dashed", color = "blue" ];
  "@kie-tools/yard-editor" -> "@kie-tools-core/editor" [ style = "solid", color = "blue" ];
  "@kie-tools/yard-editor" -> "@kie-tools/i18n-common-dictionary" [ style = "solid", color = "blue" ];
  "@kie-tools/yard-editor" -> "@kie-tools/yard-language-service" [ style = "solid", color = "blue" ];
  "@kie-tools/yard-editor" -> "@kie-tools-core/webpack-base" [ style = "dashed", color = "blue" ];
  "@kie-tools/yard-editor" -> "@kie-tools/yard-validator" [ style = "dashed", color = "blue" ];
  "@kie-tools/yard-language-service" -> "@kie-tools/json-yaml-language-service" [ style = "solid", color = "blue" ];
  "@kie-tools/yard-model" -> "@kie-tools/maven-base" [ style = "solid", color = "black" ];
  "@kie-tools/yard-validator" -> "@kie-tools-core/notifications" [ style = "solid", color = "blue" ];
  "@kie-tools/yard-validator" -> "@kie-tools/yard-validator-worker" [ style = "dashed", color = "blue" ];
  "@kie-tools/yard-validator-worker" -> "@kie-tools/yard-model" [ style = "solid", color = "black" ];
  "yard-vscode-extension" -> "@kie-tools-core/vscode-extension" [ style = "solid", color = "blue" ];
  "yard-vscode-extension" -> "@kie-tools/yard-editor" [ style = "solid", color = "blue" ];
  "yard-vscode-extension" -> "@kie-tools/vscode-extension-common-test-helpers" [ style = "dashed", color = "blue" ];
  "@kie-tools-scripts/bootstrap" -> "@kie-tools-scripts/build-env" [ style = "dashed", color = "black" ];
  "@kie-tools-scripts/build-env" -> "@kie-tools/tsconfig" [ style = "dashed", color = "blue" ];
  "@kie-tools-scripts/run-script-if" -> "@kie-tools/tsconfig" [ style = "dashed", color = "blue" ];
}
